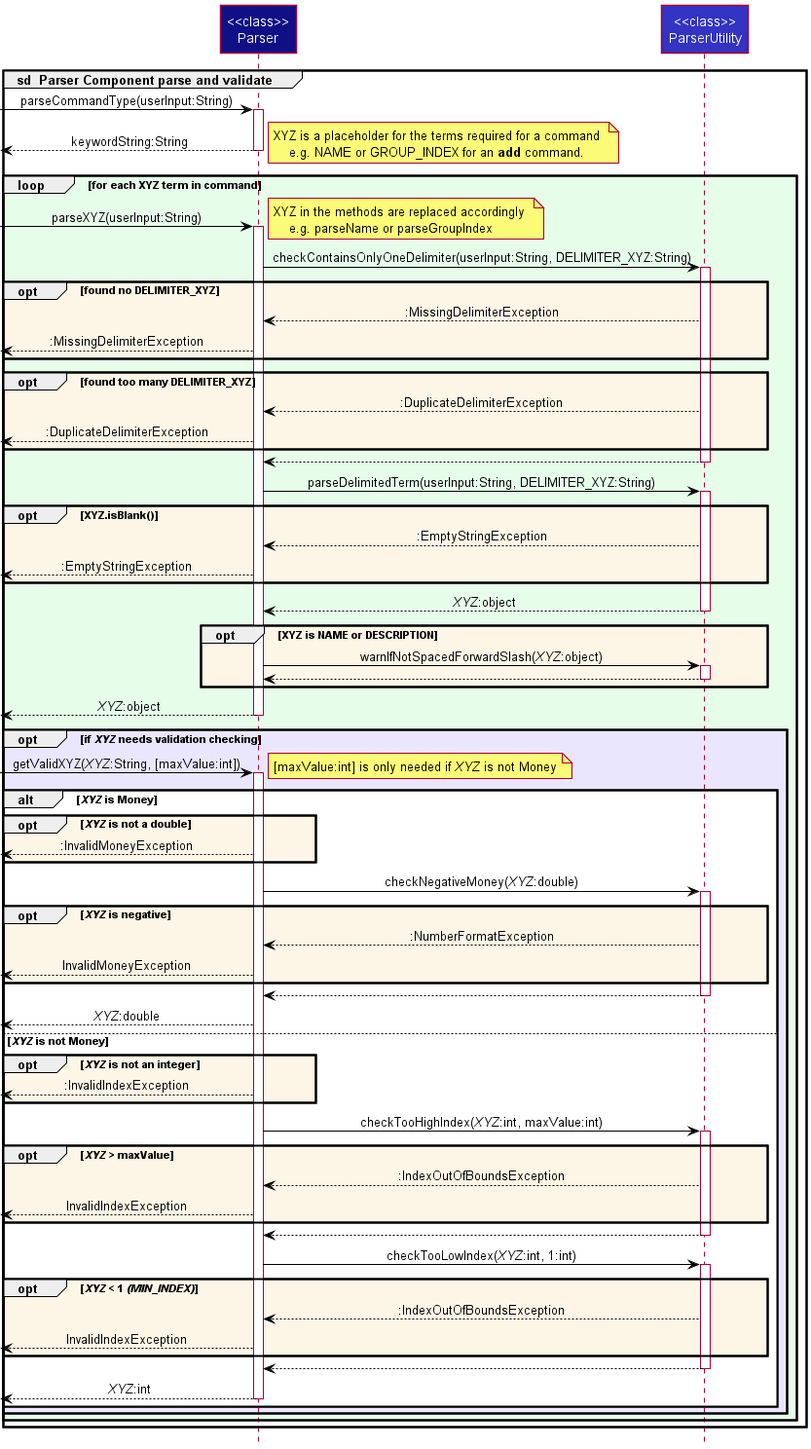
Earlier version of the PlantUML export docs/images/ParserSequenceDiagram0.png (nus-cs2113-AY2122S2/tp).
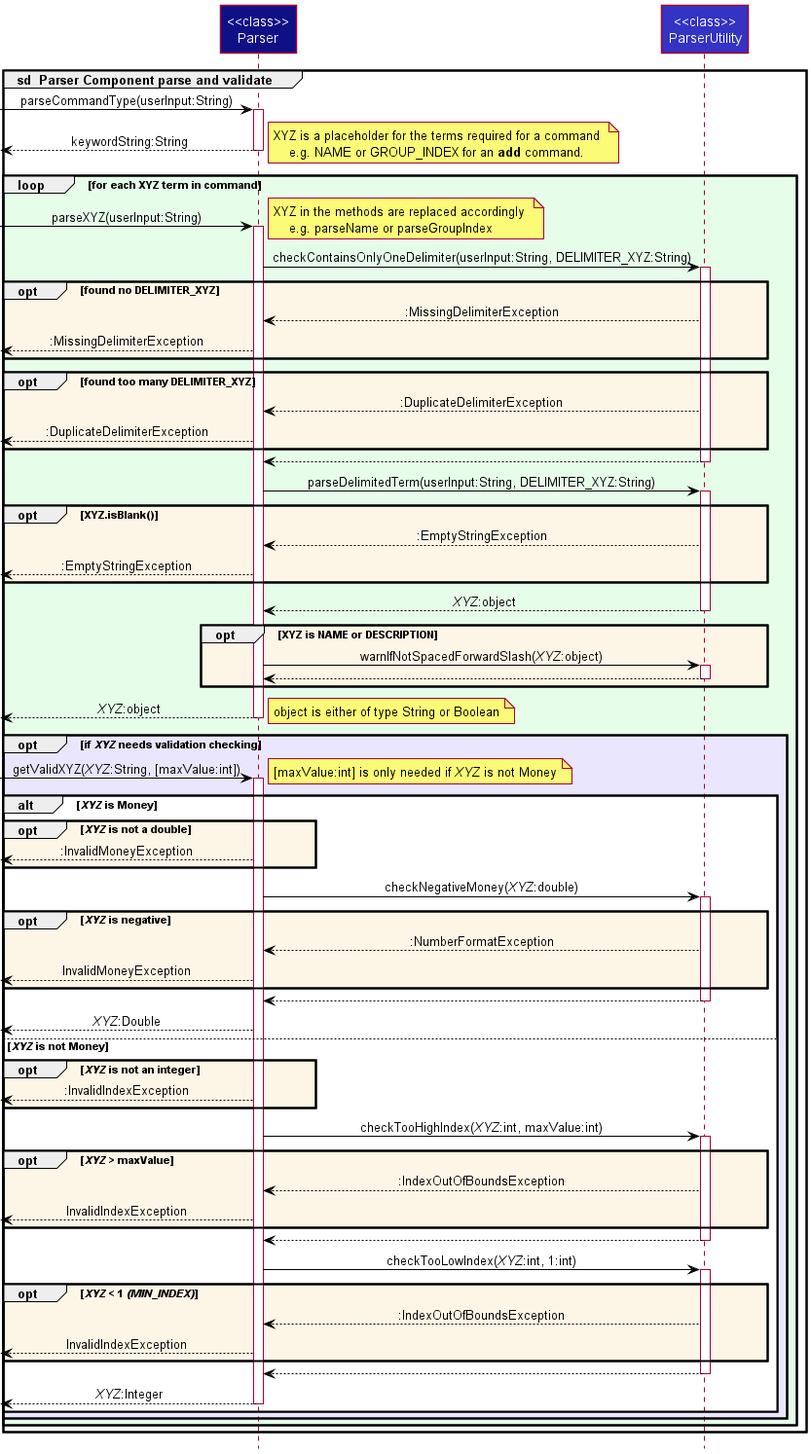
Later version of the same file.

Commit message:
Update Parser sequence diagram with standardized type

The edit, as a diff of the source:
```diff
@@ -50,6 +50,8 @@
     end OPT
 
     Parser -->[ : //XYZ//:object
+
+    note right : object is either of type String or Boolean
     deactivate Parser
 
     opt OPT_COLOR_T1 if //XYZ// needs validation checking
@@ -72,7 +74,7 @@
             UParser --> Parser
             deactivate UParser
 
-            Parser -->[ : //XYZ//:double
+            Parser -->[ : //XYZ//:Double
 
         else //XYZ// is not Money
 
@@ -98,7 +100,7 @@
             UParser --> Parser
             deactivate UParser
 
-            Parser -->[ : //XYZ//:int
+            Parser -->[ : //XYZ//:Integer
             deactivate Parser
         end opt
     end opt
```
